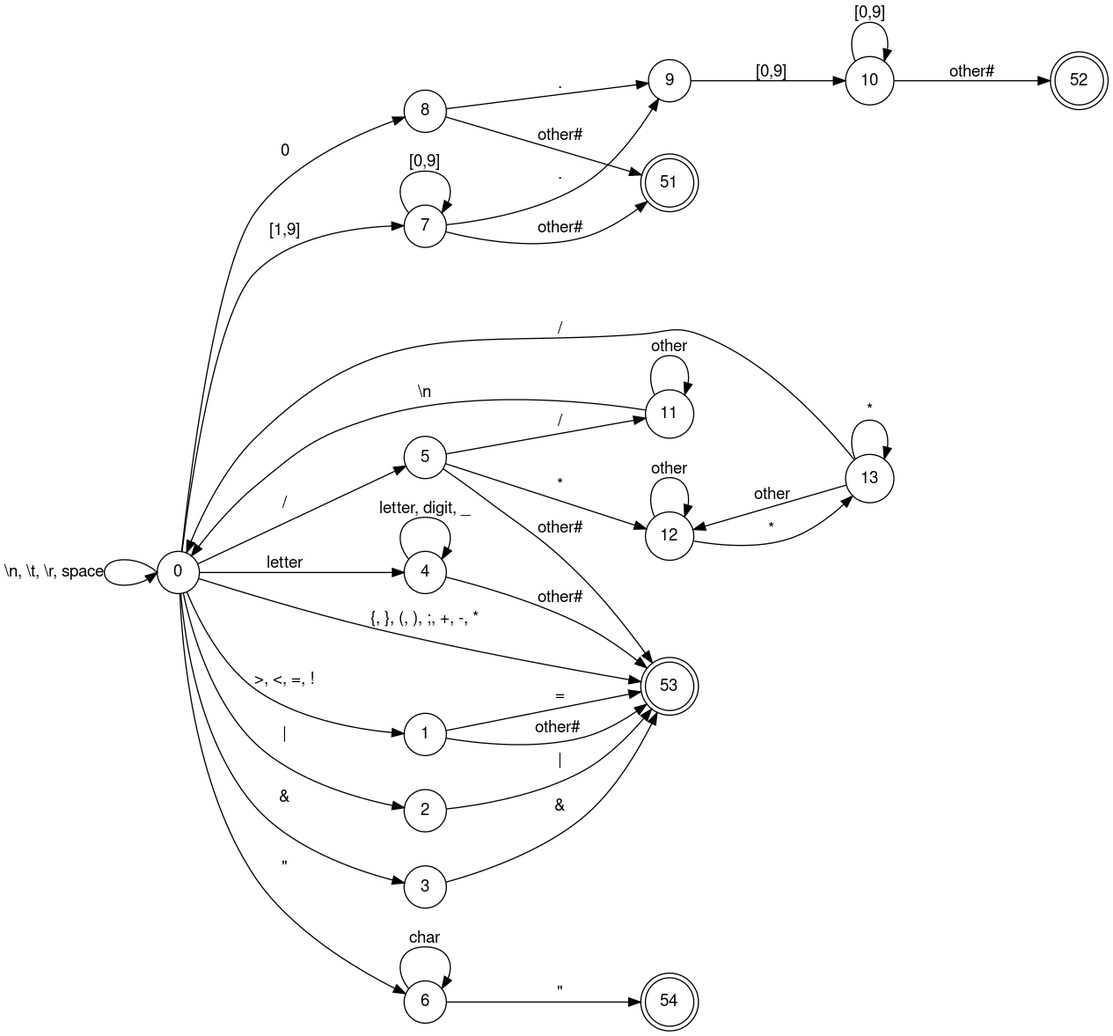
The Graphviz diagram DFA/lexical_DFA.png in caiovpsilveira/Compiler, before a commit. Its source is kept beside it as DFA/lexical_DFA.dot. The source it was exported from:
```dot
/*
* Caio Vinicius Pereira Silveira
* Leonardo Gonçalves Grossi
* Mariana Gurgel Ferreira
*
* Compiler for a simple programming language
*
* September 2023
*/

digraph lexical_DFA {
	fontname="Helvetica,Arial,sans-serif"
	node [fontname="Helvetica,Arial,sans-serif"]
	edge [fontname="Helvetica,Arial,sans-serif"]
	ranksep = 1.3;
	nodesep = 0.4;
	rankdir=LR;
	node [shape = doublecircle, /*width=1*/]; 51, 52, 53, 54;
	node [shape = circle, /*width=1*/]
	0:w -> 0:w [label = "\\n, \\t, \\r, space"];
	0 -> 5 [label = "/"];
	5 -> 53 [label = "other#"];
	5 -> 11 [label = "/"];
	5 -> 12 [label = "*"];
	11 -> 0 [label = "\\n"];
	11 -> 11 [label = "other"];
	12 -> 13 [label = "*"];
	12 -> 12 [label = "other"];
	13 -> 13 [label = "*"];
	13 -> 0 [label = "/"];
	13 -> 12 [label = "other"];

	0 -> 53 [label = "{, }, (, ), ;, +, -, *"];
	0 -> 1 [label = ">, <, =, !"];
	1 -> 53 [label = "="];
	1 -> 53 [label = "other# "];

	0 -> 2 [label = "|"];
	2 -> 53 [label = "|"];
	0 -> 3 [label = "&"];
	3 -> 53 [label = "&"];

	0 -> 4 [label = "letter"];
	4 -> 4 [label = "letter, digit, _"];
	4 -> 53 [label = "other#"];

	0 -> 6 [label = "\""]
	6 -> 6 [label = "char"];
	6 -> 54 [label = "\""];

	0 -> 7 [label = "[1,9]"];
	7 -> 7 [label = "[0,9]"];
	7 -> 9 [label = "."];
	7 -> 51 [label = "other#"];
	9 -> 10 [label = "[0,9]"];
	10 -> 10 [label = "[0,9]"];
	10 -> 52 [label = "other#"];

	0 -> 8 [label = "0"];
	8 -> 51 [label = "other#"];
	8 -> 9 [label = "."];
}
```
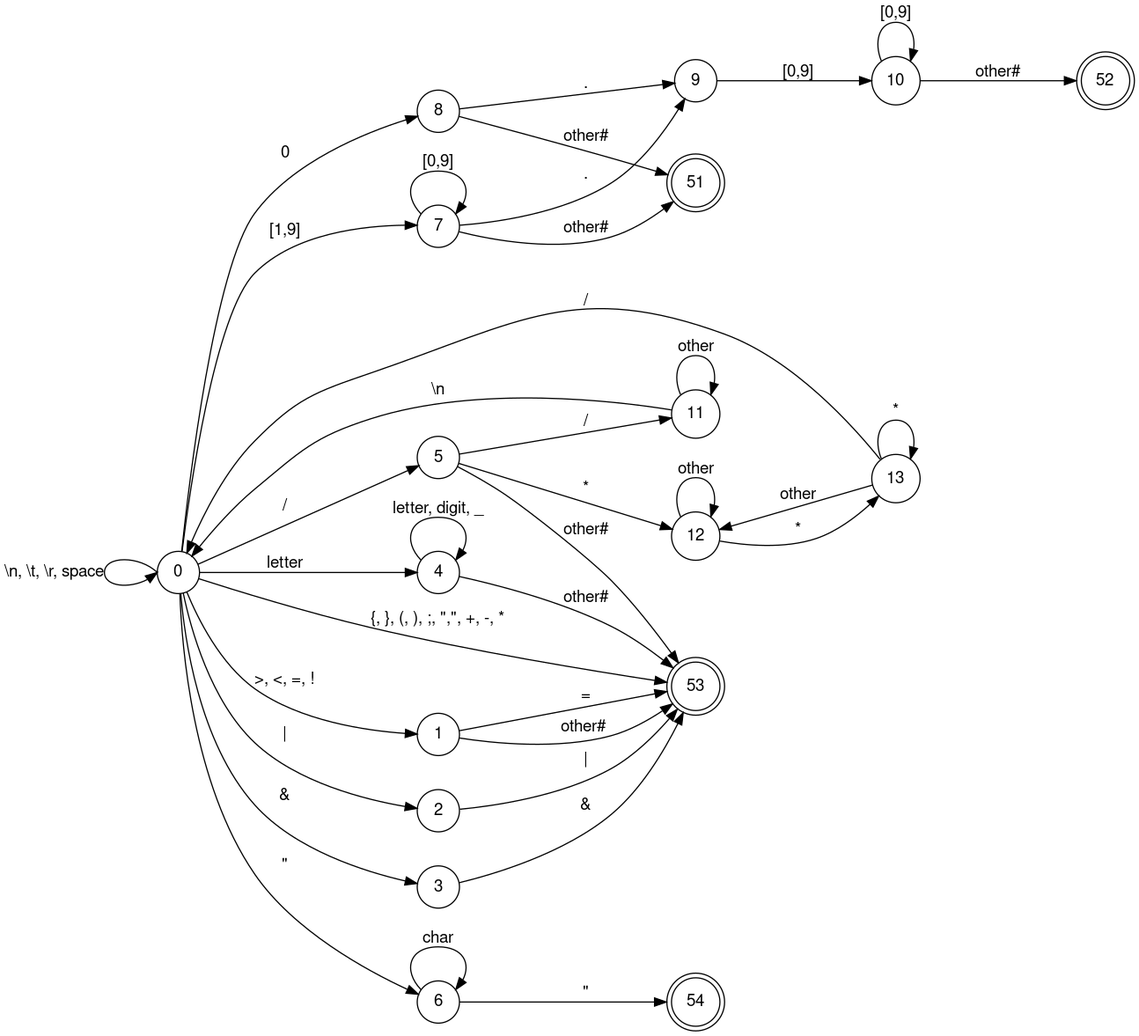
The same diagram one commit later.

Change to the diagram source:
```diff
@@ -30,7 +30,7 @@
 	13 -> 0 [label = "/"];
 	13 -> 12 [label = "other"];
 
-	0 -> 53 [label = "{, }, (, ), ;, +, -, *"];
+	0 -> 53 [label = "{, }, (, ), ;, \",\", +, -, *"];
 	0 -> 1 [label = ">, <, =, !"];
 	1 -> 53 [label = "="];
 	1 -> 53 [label = "other# "];
```
